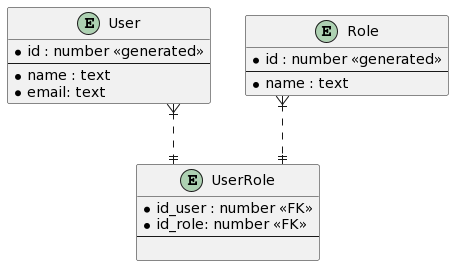
This is Docs/database.png from brenddamachado/Seven_Gardens, a PlantUML export, as it was before one commit.
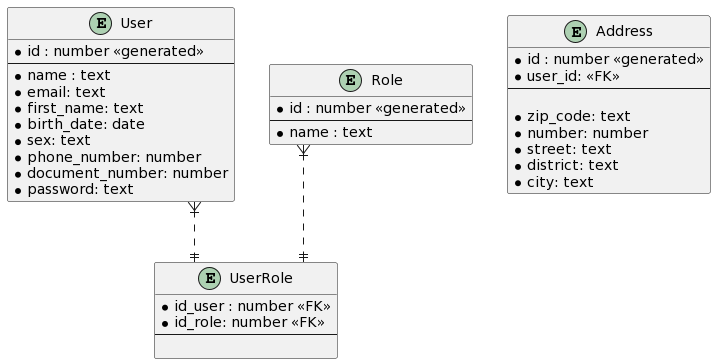
The same diagram one commit later.

Commit message:
Adicionando novas tabelas

The edit, as a diff of the source:
```diff
@@ -7,7 +7,27 @@
   --
   *name : text
   *email: text
+  *first_name: text
+  *birth_date: date
+  *sex: text
+  *phone_number: number
+  *document_number: number
+  *password: text
 }
+
+entity "Address" as address {
+  *id : number <<generated>>
+  *user_id: <<FK>>
+  --
+
+  *zip_code: text
+  *number: number
+  *street: text
+  *district: text
+  *city: text
+}
+
+
 
 entity "Role" as role {
   *id : number <<generated>>
```
